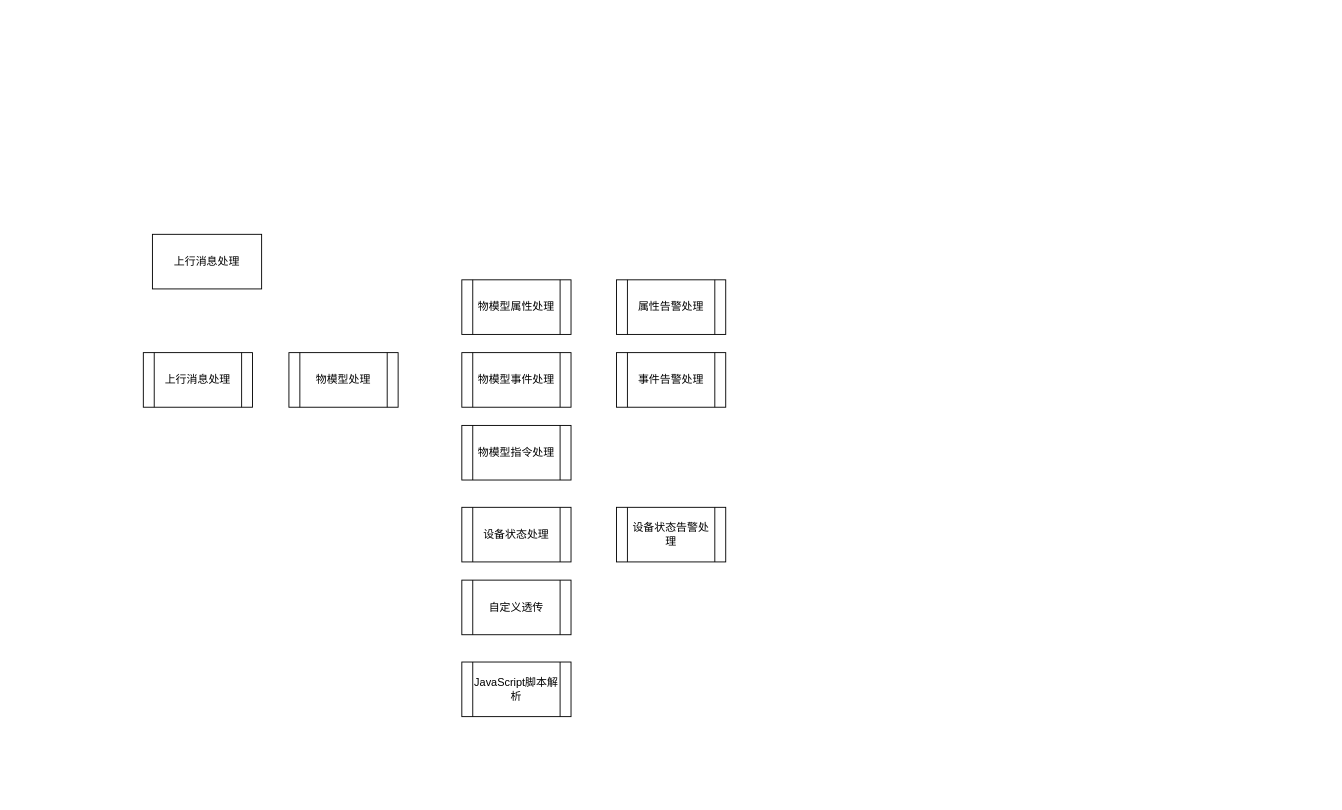
wjwzero/DesignDrawing- keeps this draw.io diagram as 南向服务内部模块.drawio. Above is the earlier version. Source tidied: cells renumbered, new cells numbered last; positions are measured from the earlier drawing's top-left corner, leaving out a move shared by most shapes. Both pictures are drawn from the tidied source at 91%, with x=0, y=0 at pixel (143, 234).
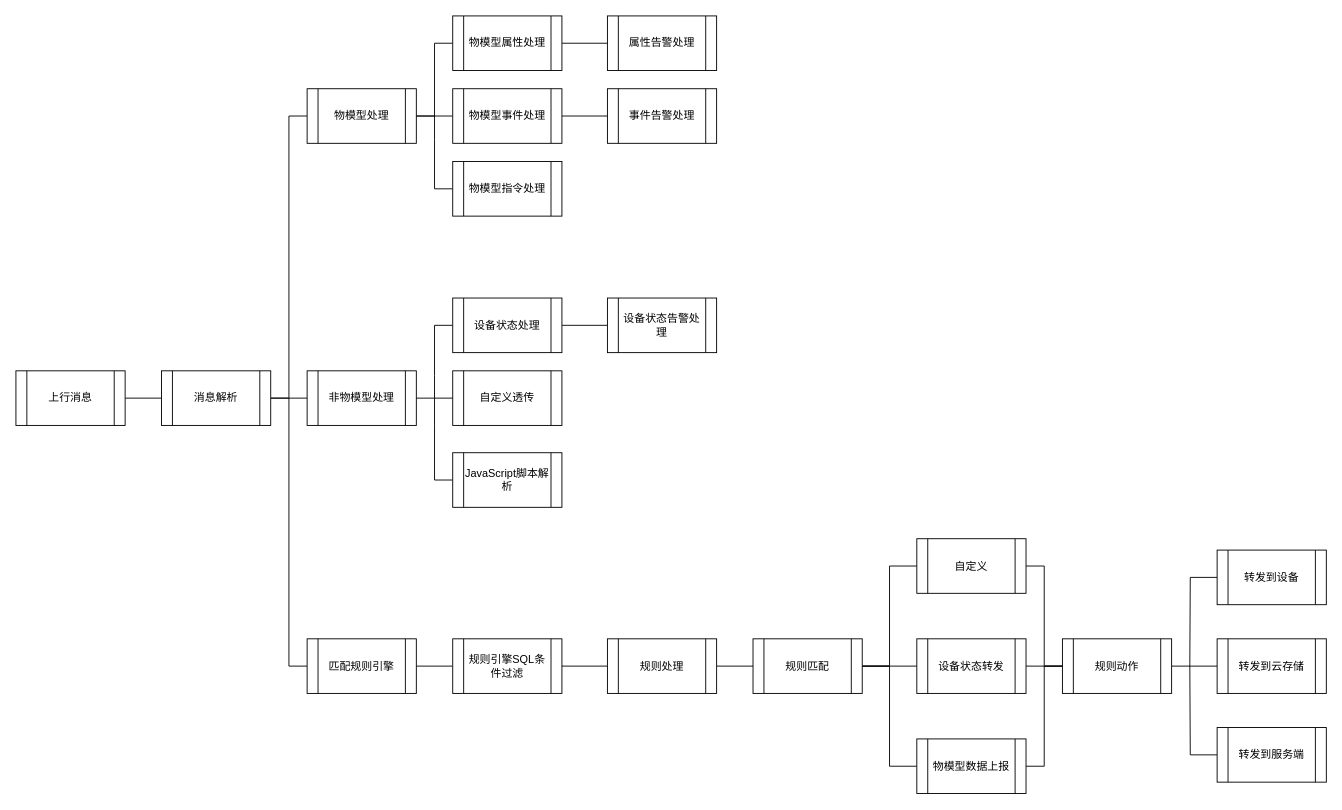
The same page after the edit.

Commit message:
更新南向服务内部模块.drawio

Diff of the diagram source:
```diff
@@
-    <mxCell id="2" value="上行消息处理" style="rounded=0;whiteSpace=wrap;html=1;" parent="1" vertex="1">
-      <mxGeometry x="10" width="120" height="60" as="geometry" />
-    </mxCell>
+    <mxCell id="14" style="edgeStyle=orthogonalEdgeStyle;rounded=0;jettySize=auto;html=1;endArrow=none;endFill=0;" parent="1" edge="1" source="3" target="51">
+      <mxGeometry relative="1" as="geometry" />
+    </mxCell>
-    <mxCell id="3" value="上行消息处理" style="shape=process;whiteSpace=wrap;html=1;backgroundOutline=1;" parent="1" vertex="1">
-      <mxGeometry y="130" width="120" height="60" as="geometry" />
+    <mxCell id="3" value="上行消息" style="shape=process;whiteSpace=wrap;html=1;backgroundOutline=1;" parent="1" vertex="1">
+      <mxGeometry x="-140" y="150" width="120" height="60" as="geometry" />
     </mxCell>
-    <mxCell id="4" value="物模型处理" style="shape=process;whiteSpace=wrap;html=1;backgroundOutline=1;" parent="1" vertex="1">
-      <mxGeometry x="160" y="130" width="120" height="60" as="geometry" />
-    </mxCell>
-    <mxCell id="5" value="物模型属性处理" style="shape=process;whiteSpace=wrap;html=1;backgroundOutline=1;" parent="1" vertex="1">
-      <mxGeometry x="350" y="50" width="120" height="60" as="geometry" />
-    </mxCell>
-    <mxCell id="6" value="物模型事件处理" style="shape=process;whiteSpace=wrap;html=1;backgroundOutline=1;" parent="1" vertex="1">
-      <mxGeometry x="350" y="130" width="120" height="60" as="geometry" />
-    </mxCell>
+    <mxCell id="15" style="edgeStyle=orthogonalEdgeStyle;rounded=0;jettySize=auto;html=1;exitX=0;exitY=0.5;exitDx=0;exitDy=0;endArrow=none;endFill=0;" parent="1" edge="1" source="7">
+      <mxGeometry relative="1" as="geometry">
+        <mxPoint x="320" y="-130" as="targetPoint" />
+      </mxGeometry>
+    </mxCell>
     <mxCell id="7" value="物模型指令处理" style="shape=process;whiteSpace=wrap;html=1;backgroundOutline=1;" parent="1" vertex="1">
-      <mxGeometry x="350" y="210" width="120" height="60" as="geometry" />
+      <mxGeometry x="340" y="-80" width="120" height="60" as="geometry" />
     </mxCell>
     <mxCell id="8" value="自定义透传" style="shape=process;whiteSpace=wrap;html=1;backgroundOutline=1;" parent="1" vertex="1">
-      <mxGeometry x="350" y="380" width="120" height="60" as="geometry" />
+      <mxGeometry x="340" y="150" width="120" height="60" as="geometry" />
     </mxCell>
+    <mxCell id="16" style="edgeStyle=orthogonalEdgeStyle;rounded=0;jettySize=auto;html=1;exitX=0;exitY=0.5;exitDx=0;exitDy=0;endArrow=none;endFill=0;" parent="1" edge="1" source="9">
+      <mxGeometry relative="1" as="geometry">
+        <mxPoint x="320" y="180" as="targetPoint" />
+      </mxGeometry>
+    </mxCell>
     <mxCell id="9" value="JavaScript脚本解析" style="shape=process;whiteSpace=wrap;html=1;backgroundOutline=1;" parent="1" vertex="1">
-      <mxGeometry x="350" y="470" width="120" height="60" as="geometry" />
+      <mxGeometry x="340" y="240" width="120" height="60" as="geometry" />
     </mxCell>
-    <mxCell id="10" value="属性告警处理" style="shape=process;whiteSpace=wrap;html=1;backgroundOutline=1;" parent="1" vertex="1">
-      <mxGeometry x="520" y="50" width="120" height="60" as="geometry" />
-    </mxCell>
     <mxCell id="11" value="事件告警处理" style="shape=process;whiteSpace=wrap;html=1;backgroundOutline=1;" parent="1" vertex="1">
-      <mxGeometry x="520" y="130" width="120" height="60" as="geometry" />
+      <mxGeometry x="510" y="-160" width="120" height="60" as="geometry" />
     </mxCell>
+    <mxCell id="17" style="edgeStyle=orthogonalEdgeStyle;rounded=0;jettySize=auto;html=1;exitX=0;exitY=0.5;exitDx=0;exitDy=0;endArrow=none;endFill=0;" parent="1" edge="1" source="12">
+      <mxGeometry relative="1" as="geometry">
+        <mxPoint x="320" y="180" as="targetPoint" />
+      </mxGeometry>
+    </mxCell>
+    <mxCell id="18" style="edgeStyle=orthogonalEdgeStyle;rounded=0;jettySize=auto;html=1;exitX=1;exitY=0.5;exitDx=0;exitDy=0;entryX=0;entryY=0.5;entryDx=0;entryDy=0;endArrow=none;endFill=0;" parent="1" edge="1" source="12" target="13">
+      <mxGeometry relative="1" as="geometry" />
+    </mxCell>
     <mxCell id="12" value="设备状态处理" style="shape=process;whiteSpace=wrap;html=1;backgroundOutline=1;" parent="1" vertex="1">
-      <mxGeometry x="350" y="300" width="120" height="60" as="geometry" />
+      <mxGeometry x="340" y="70" width="120" height="60" as="geometry" />
     </mxCell>
     <mxCell id="13" value="设备状态告警处理" style="shape=process;whiteSpace=wrap;html=1;backgroundOutline=1;" parent="1" vertex="1">
-      <mxGeometry x="520" y="300" width="120" height="60" as="geometry" />
+      <mxGeometry x="510" y="70" width="120" height="60" as="geometry" />
     </mxCell>
+    <mxCell id="19" style="edgeStyle=orthogonalEdgeStyle;rounded=0;jettySize=auto;html=1;endArrow=none;endFill=0;" parent="1" edge="1" source="20" target="8">
+      <mxGeometry relative="1" as="geometry" />
+    </mxCell>
+    <mxCell id="20" value="非物模型处理" style="shape=process;whiteSpace=wrap;html=1;backgroundOutline=1;" parent="1" vertex="1">
+      <mxGeometry x="180" y="150" width="120" height="60" as="geometry" />
+    </mxCell>
+    <mxCell id="21" style="edgeStyle=orthogonalEdgeStyle;rounded=0;jettySize=auto;html=1;endArrow=none;endFill=0;" parent="1" edge="1" source="4" target="6">
+      <mxGeometry relative="1" as="geometry" />
+    </mxCell>
+    <mxCell id="22" style="edgeStyle=orthogonalEdgeStyle;rounded=0;jettySize=auto;html=1;exitX=0;exitY=0.5;exitDx=0;exitDy=0;entryX=1;entryY=0.5;entryDx=0;entryDy=0;endArrow=none;endFill=0;" parent="1" edge="1" source="4" target="51">
+      <mxGeometry relative="1" as="geometry" />
+    </mxCell>
+    <mxCell id="4" value="物模型处理" style="shape=process;whiteSpace=wrap;html=1;backgroundOutline=1;" parent="1" vertex="1">
+      <mxGeometry x="180" y="-160" width="120" height="60" as="geometry" />
+    </mxCell>
+    <mxCell id="23" style="edgeStyle=orthogonalEdgeStyle;rounded=0;jettySize=auto;html=1;exitX=0;exitY=0.5;exitDx=0;exitDy=0;entryX=1;entryY=0.5;entryDx=0;entryDy=0;endArrow=none;endFill=0;" parent="1" edge="1" source="5" target="4">
+      <mxGeometry relative="1" as="geometry" />
+    </mxCell>
+    <mxCell id="24" style="edgeStyle=orthogonalEdgeStyle;rounded=0;jettySize=auto;html=1;endArrow=none;endFill=0;" parent="1" edge="1" source="5" target="10">
+      <mxGeometry relative="1" as="geometry" />
+    </mxCell>
+    <mxCell id="5" value="物模型属性处理" style="shape=process;whiteSpace=wrap;html=1;backgroundOutline=1;" parent="1" vertex="1">
+      <mxGeometry x="340" y="-240" width="120" height="60" as="geometry" />
+    </mxCell>
+    <mxCell id="10" value="属性告警处理" style="shape=process;whiteSpace=wrap;html=1;backgroundOutline=1;" parent="1" vertex="1">
+      <mxGeometry x="510" y="-240" width="120" height="60" as="geometry" />
+    </mxCell>
+    <mxCell id="25" style="edgeStyle=orthogonalEdgeStyle;rounded=0;jettySize=auto;html=1;endArrow=none;endFill=0;" parent="1" edge="1" source="6" target="11">
+      <mxGeometry relative="1" as="geometry" />
+    </mxCell>
+    <mxCell id="6" value="物模型事件处理" style="shape=process;whiteSpace=wrap;html=1;backgroundOutline=1;" parent="1" vertex="1">
+      <mxGeometry x="340" y="-160" width="120" height="60" as="geometry" />
+    </mxCell>
+    <mxCell id="26" style="edgeStyle=orthogonalEdgeStyle;rounded=0;jettySize=auto;html=1;exitX=0;exitY=0.5;exitDx=0;exitDy=0;endArrow=none;endFill=0;" parent="1" edge="1" source="28">
+      <mxGeometry relative="1" as="geometry">
+        <mxPoint x="160" y="180" as="targetPoint" />
+      </mxGeometry>
+    </mxCell>
+    <mxCell id="27" style="edgeStyle=orthogonalEdgeStyle;rounded=0;jettySize=auto;html=1;endArrow=none;endFill=0;" parent="1" edge="1" source="28" target="29">
+      <mxGeometry relative="1" as="geometry" />
+    </mxCell>
+    <mxCell id="28" value="匹配规则引擎" style="shape=process;whiteSpace=wrap;html=1;backgroundOutline=1;" parent="1" vertex="1">
+      <mxGeometry x="180" y="444.5" width="120" height="60" as="geometry" />
+    </mxCell>
+    <mxCell id="29" value="规则引擎SQL条件过滤" style="shape=process;whiteSpace=wrap;html=1;backgroundOutline=1;" parent="1" vertex="1">
+      <mxGeometry x="340" y="444.5" width="120" height="60" as="geometry" />
+    </mxCell>
+    <mxCell id="30" style="edgeStyle=orthogonalEdgeStyle;rounded=0;jettySize=auto;html=1;exitX=0;exitY=0.5;exitDx=0;exitDy=0;entryX=1;entryY=0.5;entryDx=0;entryDy=0;endArrow=none;endFill=0;" parent="1" edge="1" source="32" target="29">
+      <mxGeometry relative="1" as="geometry" />
+    </mxCell>
+    <mxCell id="31" style="edgeStyle=orthogonalEdgeStyle;rounded=0;jettySize=auto;html=1;endArrow=none;endFill=0;" parent="1" edge="1" source="32" target="36">
+      <mxGeometry relative="1" as="geometry" />
+    </mxCell>
+    <mxCell id="32" value="规则处理" style="shape=process;whiteSpace=wrap;html=1;backgroundOutline=1;" parent="1" vertex="1">
+      <mxGeometry x="510" y="444.5" width="120" height="60" as="geometry" />
+    </mxCell>
+    <mxCell id="33" style="edgeStyle=orthogonalEdgeStyle;rounded=0;jettySize=auto;html=1;endArrow=none;endFill=0;" parent="1" edge="1" source="34" target="47">
+      <mxGeometry relative="1" as="geometry" />
+    </mxCell>
+    <mxCell id="34" value="规则动作" style="shape=process;whiteSpace=wrap;html=1;backgroundOutline=1;" parent="1" vertex="1">
+      <mxGeometry x="1010" y="444.5" width="120" height="60" as="geometry" />
+    </mxCell>
+    <mxCell id="35" style="edgeStyle=orthogonalEdgeStyle;rounded=0;jettySize=auto;html=1;endArrow=none;endFill=0;" parent="1" edge="1" source="36" target="44">
+      <mxGeometry relative="1" as="geometry" />
+    </mxCell>
+    <mxCell id="36" value="规则匹配" style="shape=process;whiteSpace=wrap;html=1;backgroundOutline=1;" parent="1" vertex="1">
+      <mxGeometry x="670" y="444.5" width="120" height="60" as="geometry" />
+    </mxCell>
+    <mxCell id="37" style="edgeStyle=orthogonalEdgeStyle;rounded=0;jettySize=auto;html=1;exitX=0;exitY=0.5;exitDx=0;exitDy=0;entryX=1;entryY=0.5;entryDx=0;entryDy=0;endArrow=none;endFill=0;" parent="1" edge="1" source="39" target="36">
+      <mxGeometry relative="1" as="geometry" />
+    </mxCell>
+    <mxCell id="38" style="edgeStyle=orthogonalEdgeStyle;rounded=0;jettySize=auto;html=1;exitX=1;exitY=0.5;exitDx=0;exitDy=0;entryX=0;entryY=0.5;entryDx=0;entryDy=0;endArrow=none;endFill=0;" parent="1" edge="1" source="39" target="34">
+      <mxGeometry relative="1" as="geometry" />
+    </mxCell>
+    <mxCell id="39" value="自定义" style="shape=process;whiteSpace=wrap;html=1;backgroundOutline=1;" parent="1" vertex="1">
+      <mxGeometry x="850" y="334.5" width="120" height="60" as="geometry" />
+    </mxCell>
+    <mxCell id="40" style="edgeStyle=orthogonalEdgeStyle;rounded=0;jettySize=auto;html=1;exitX=0;exitY=0.5;exitDx=0;exitDy=0;entryX=1;entryY=0.5;entryDx=0;entryDy=0;endArrow=none;endFill=0;" parent="1" edge="1" source="42" target="36">
+      <mxGeometry relative="1" as="geometry" />
+    </mxCell>
+    <mxCell id="41" style="edgeStyle=orthogonalEdgeStyle;rounded=0;jettySize=auto;html=1;exitX=1;exitY=0.5;exitDx=0;exitDy=0;endArrow=none;endFill=0;entryX=0;entryY=0.5;entryDx=0;entryDy=0;" parent="1" edge="1" source="42" target="34">
+      <mxGeometry relative="1" as="geometry" />
+    </mxCell>
+    <mxCell id="42" value="物模型数据上报" style="shape=process;whiteSpace=wrap;html=1;backgroundOutline=1;" parent="1" vertex="1">
+      <mxGeometry x="850" y="554.5" width="120" height="60" as="geometry" />
+    </mxCell>
+    <mxCell id="43" style="edgeStyle=orthogonalEdgeStyle;rounded=0;jettySize=auto;html=1;endArrow=none;endFill=0;" parent="1" edge="1" source="44" target="34">
+      <mxGeometry relative="1" as="geometry" />
+    </mxCell>
+    <mxCell id="44" value="设备状态转发" style="shape=process;whiteSpace=wrap;html=1;backgroundOutline=1;" parent="1" vertex="1">
+      <mxGeometry x="850" y="444.5" width="120" height="60" as="geometry" />
+    </mxCell>
+    <mxCell id="45" style="edgeStyle=orthogonalEdgeStyle;rounded=0;jettySize=auto;html=1;exitX=0;exitY=0.5;exitDx=0;exitDy=0;endArrow=none;endFill=0;" parent="1" edge="1" source="46">
+      <mxGeometry relative="1" as="geometry">
+        <mxPoint x="1150" y="472" as="targetPoint" />
+      </mxGeometry>
+    </mxCell>
+    <mxCell id="46" value="转发到设备" style="shape=process;whiteSpace=wrap;html=1;backgroundOutline=1;" parent="1" vertex="1">
+      <mxGeometry x="1180" y="347" width="120" height="60" as="geometry" />
+    </mxCell>
+    <mxCell id="47" value="转发到云存储" style="shape=process;whiteSpace=wrap;html=1;backgroundOutline=1;" parent="1" vertex="1">
+      <mxGeometry x="1180" y="444.5" width="120" height="60" as="geometry" />
+    </mxCell>
+    <mxCell id="48" style="edgeStyle=orthogonalEdgeStyle;rounded=0;jettySize=auto;html=1;exitX=0;exitY=0.5;exitDx=0;exitDy=0;endArrow=none;endFill=0;" parent="1" edge="1" source="49">
+      <mxGeometry relative="1" as="geometry">
+        <mxPoint x="1150" y="472" as="targetPoint" />
+      </mxGeometry>
+    </mxCell>
+    <mxCell id="49" value="转发到服务端" style="shape=process;whiteSpace=wrap;html=1;backgroundOutline=1;" parent="1" vertex="1">
+      <mxGeometry x="1180" y="542" width="120" height="60" as="geometry" />
+    </mxCell>
+    <mxCell id="50" style="edgeStyle=orthogonalEdgeStyle;rounded=0;jettySize=auto;html=1;endArrow=none;endFill=0;" parent="1" edge="1" source="51" target="20">
+      <mxGeometry relative="1" as="geometry" />
+    </mxCell>
+    <mxCell id="51" value="消息解析" style="shape=process;whiteSpace=wrap;html=1;backgroundOutline=1;" parent="1" vertex="1">
+      <mxGeometry x="20" y="150" width="120" height="60" as="geometry" />
+    </mxCell>
```
